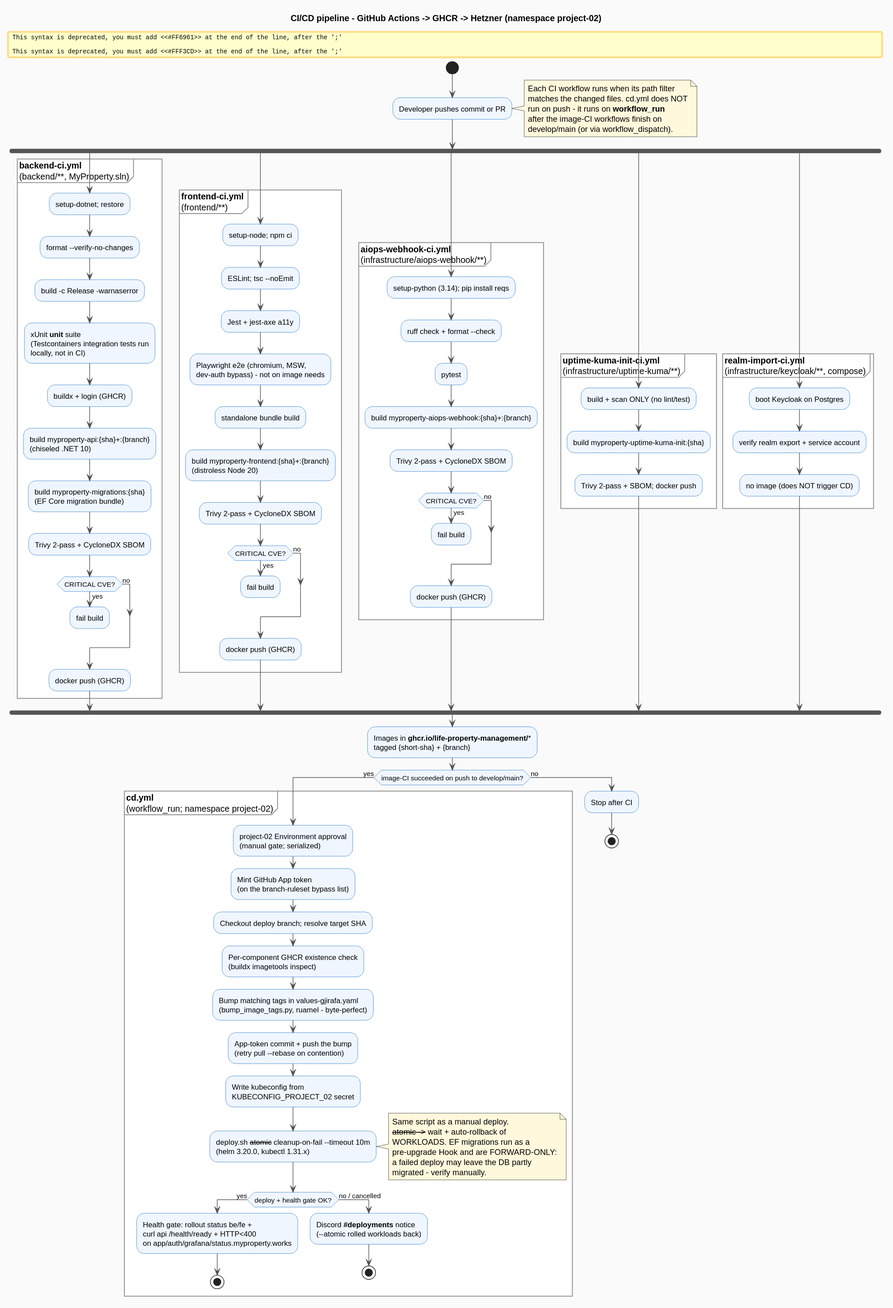
Above: docs/architecture/diagrams/cicd.svg in LIFE-Property-Management/MyProperty (PlantUML), before the change.
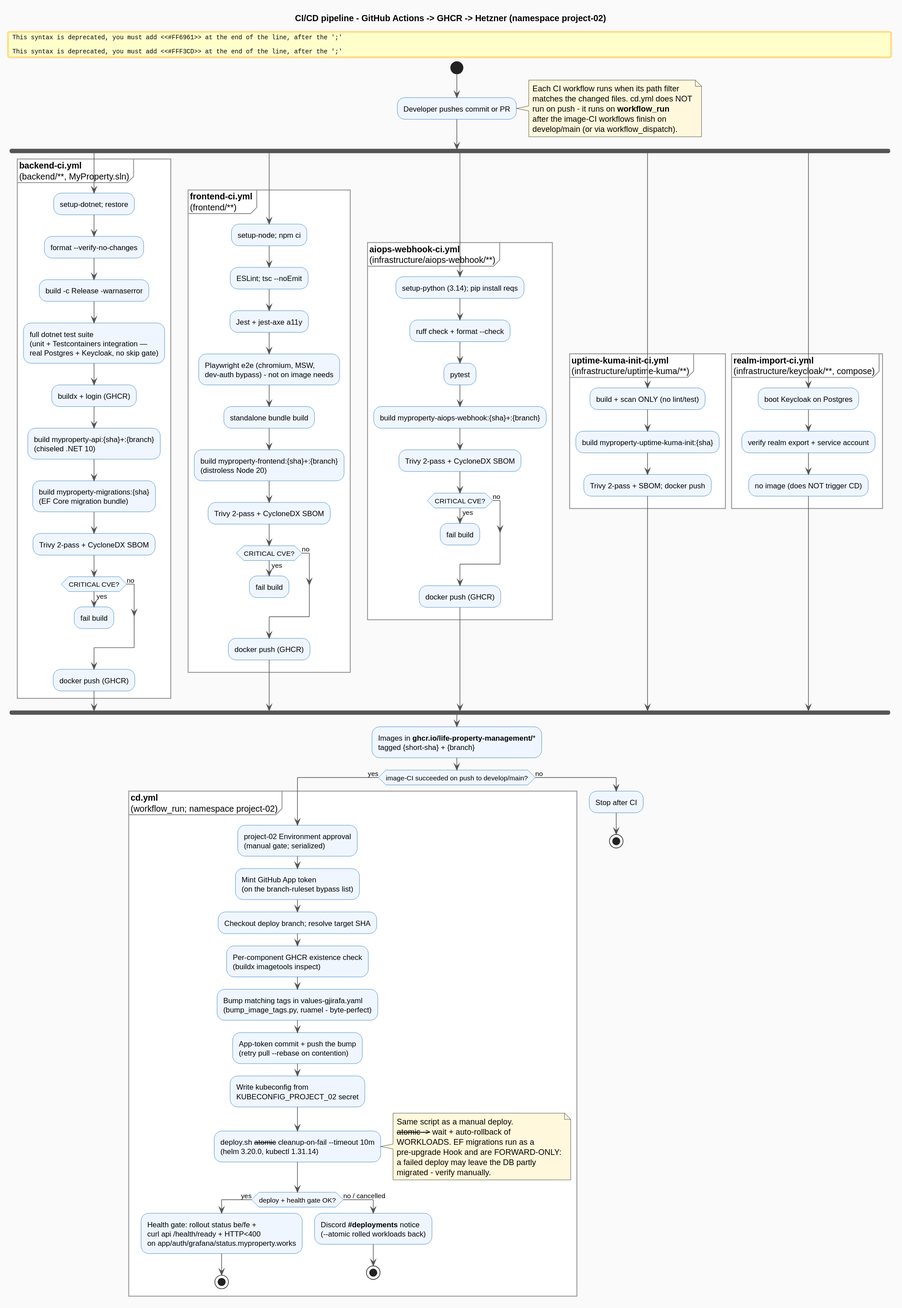
After the change.

What changed in the source:
```diff
@@ -24,7 +24,7 @@
     :setup-dotnet; restore;
     :format --verify-no-changes;
     :build -c Release -warnaserror;
-    :xUnit **unit** suite\n(Testcontainers integration tests run\nlocally, not in CI);
+    :full dotnet test suite\n(unit + Testcontainers integration —\nreal Postgres + Keycloak, no skip gate);
     :buildx + login (GHCR);
     :build myproperty-api:{sha}+:{branch}\n(chiseled .NET 10);
     :build myproperty-migrations:{sha}\n(EF Core migration bundle);
@@ -91,7 +91,7 @@
     :Bump matching tags in values-gjirafa.yaml\n(bump_image_tags.py, ruamel - byte-perfect);
     :App-token commit + push the bump\n(retry pull --rebase on contention);
     :Write kubeconfig from\nKUBECONFIG_PROJECT_02 secret;
-    :deploy.sh --atomic --cleanup-on-fail --timeout 10m\n(helm 3.20.0, kubectl 1.31.x);
+    :deploy.sh --atomic --cleanup-on-fail --timeout 10m\n(helm 3.20.0, kubectl 1.31.14);
     note right
       Same script as a manual deploy.
       --atomic -> --wait + auto-rollback of
```
